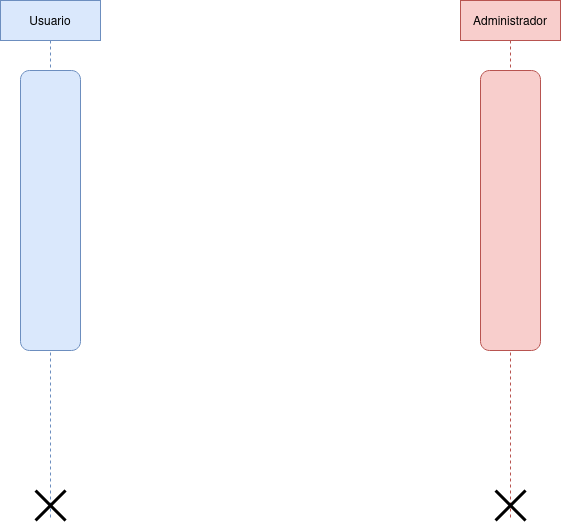
Before: Diagramas/Aplicación de Red Social/DS Aplicación de Red Social.drawio.png, a diagram exported from draw.io (RafaelMayor/ETS). Source tidied: cells renumbered, new cells last; positions are measured from the earlier drawing's top-left corner, leaving out a move shared by most shapes.
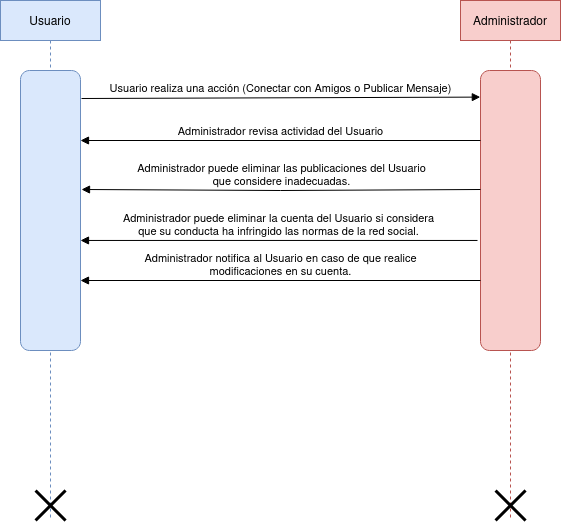
The same file after the commit.

The edit, as a diff of the source:
```diff
@@ -20,5 +20,24 @@
     <mxCell id="7" style="shape=umlDestroy;whiteSpace=wrap;html=1;strokeWidth=3;targetShapes=umlLifeline;" parent="1" vertex="1">
       <mxGeometry x="585" y="490" width="30" height="30" as="geometry" />
     </mxCell>
+    <mxCell id="8" value="Usuario realiza una acción (Conectar con Amigos o Publicar Mensaje)" style="html=1;verticalAlign=bottom;endArrow=block;curved=0;rounded=0;entryX=0.095;entryY=1.003;entryDx=0;entryDy=0;entryPerimeter=0;exitX=0.1;exitY=-0.017;exitDx=0;exitDy=0;exitPerimeter=0;" parent="1" edge="1" source="5" target="6">
+      <mxGeometry relative="1" as="geometry" />
+    </mxCell>
+    <mxCell id="9" value="Administrador revisa actividad del Usuario" style="html=1;verticalAlign=bottom;endArrow=block;curved=0;rounded=0;exitX=0.25;exitY=1;exitDx=0;exitDy=0;entryX=0.25;entryY=0;entryDx=0;entryDy=0;" parent="1" edge="1" source="6" target="5">
+      <mxGeometry relative="1" as="geometry" />
+    </mxCell>
+    <mxCell id="10" value="&lt;div&gt;Administrador puede eliminar las publicaciones del Usuario&lt;/div&gt;&lt;div&gt;que considere inadecuadas.&lt;br&gt;&lt;/div&gt;" style="html=1;verticalAlign=bottom;endArrow=block;curved=0;rounded=0;entryX=0.425;entryY=-0.017;entryDx=0;entryDy=0;entryPerimeter=0;exitX=0.425;exitY=1;exitDx=0;exitDy=0;exitPerimeter=0;" parent="1" edge="1" source="6" target="5">
+      <mxGeometry relative="1" as="geometry">
+        <Array as="points">
+          <mxPoint x="370" y="190" />
+        </Array>
+      </mxGeometry>
+    </mxCell>
+    <mxCell id="11" value="&lt;div&gt;Administrador puede eliminar la cuenta del Usuario si considera&lt;/div&gt;&lt;div&gt;que su conducta ha infringido las normas de la red social.&lt;br&gt;&lt;/div&gt;" style="html=1;verticalAlign=bottom;endArrow=block;curved=0;rounded=0;exitX=0.607;exitY=1.05;exitDx=0;exitDy=0;exitPerimeter=0;entryX=0.607;entryY=0;entryDx=0;entryDy=0;entryPerimeter=0;" parent="1" edge="1" source="6" target="5">
+      <mxGeometry relative="1" as="geometry" />
+    </mxCell>
+    <mxCell id="12" value="&lt;div&gt;Administrador notifica al Usuario en caso de que realice&lt;/div&gt;&lt;div&gt;modificaciones en su cuenta.&lt;br&gt;&lt;/div&gt;" style="html=1;verticalAlign=bottom;endArrow=block;curved=0;rounded=0;entryX=0.75;entryY=0;entryDx=0;entryDy=0;exitX=0.75;exitY=1;exitDx=0;exitDy=0;" parent="1" edge="1" source="6" target="5">
+      <mxGeometry relative="1" as="geometry" />
+    </mxCell>
   </root>
 </mxGraphModel>
```
